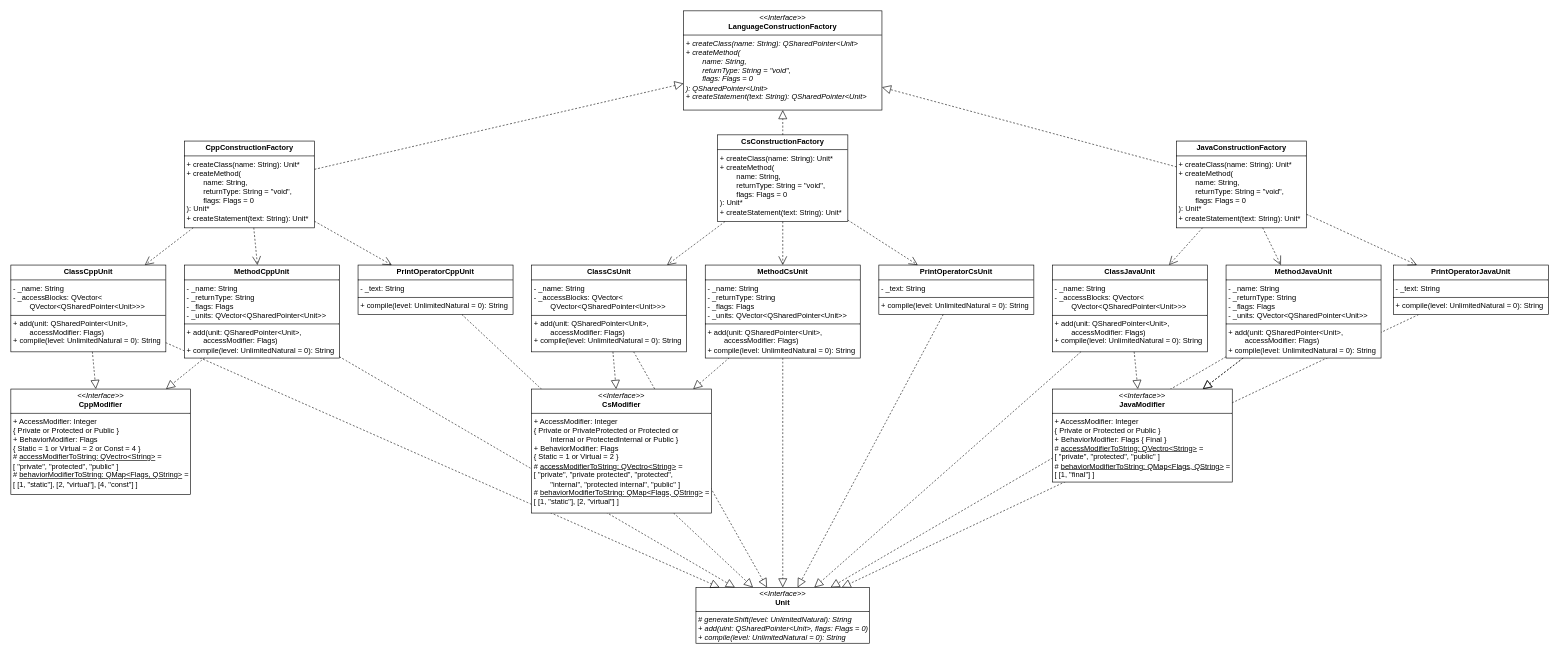
The draw.io diagram ClassGenerator.drawio in Grox42/ClassGenerator, before the edit. Source tidied: cells renumbered, new cells numbered last; positions are measured from the earlier drawing's top-left corner, leaving out a move shared by most shapes. Both pictures are drawn from the tidied source at 62%, with x=0, y=0 at pixel (11, 11).
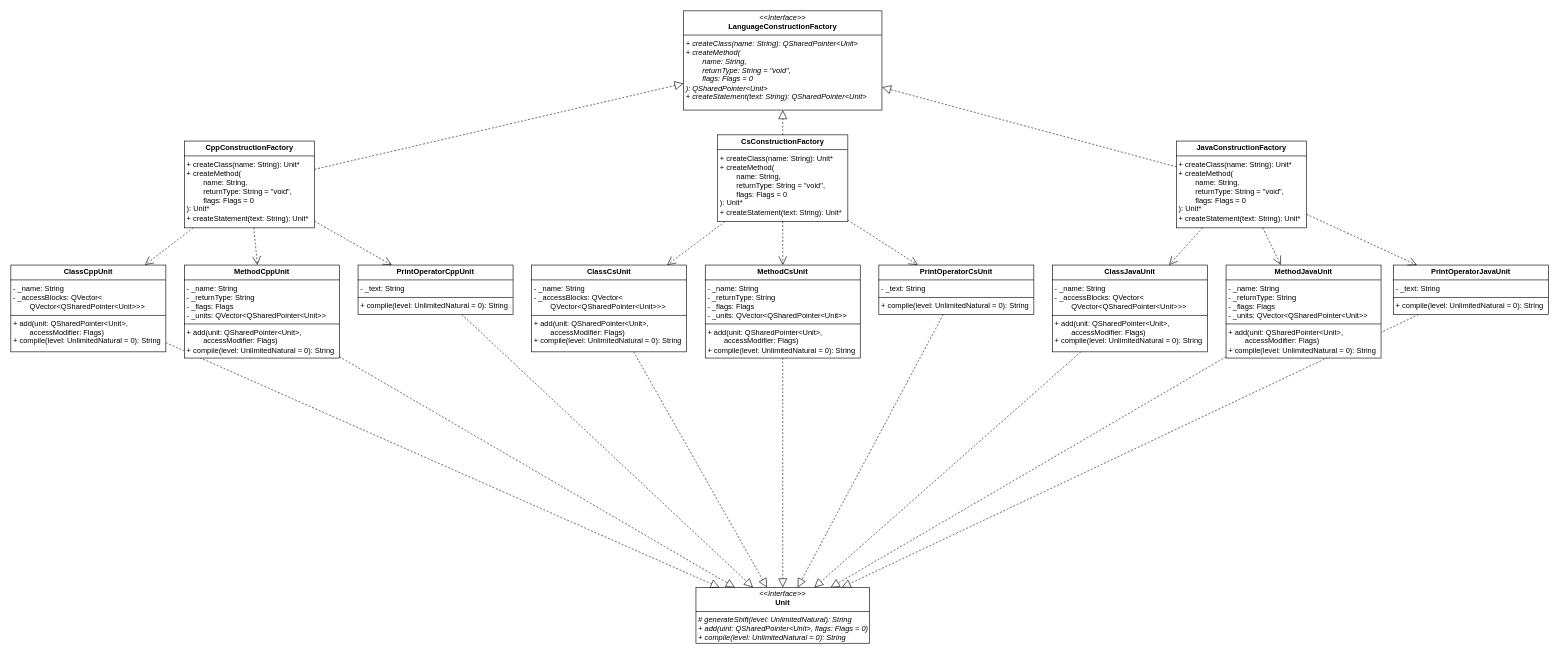
Above is the later version.

The change refers to these unchanged cells:
```xml
<mxCell id="14" value="&lt;p style=&quot;margin:0px;margin-top:4px;text-align:center;&quot;&gt;&lt;b&gt;ClassCppUnit&lt;/b&gt;&lt;br&gt;&lt;/p&gt;&lt;hr size=&quot;1&quot; style=&quot;border-style:solid;&quot;&gt;&lt;p style=&quot;margin:0px;margin-left:4px;&quot;&gt;- _name: String&lt;/p&gt;&lt;p style=&quot;margin:0px;margin-left:4px;&quot;&gt;-&amp;nbsp;_accessBlocks:&amp;nbsp;QVector&amp;lt;&lt;/p&gt;&lt;p style=&quot;margin:0px;margin-left:4px;&quot;&gt;&lt;span style=&quot;white-space: pre;&quot;&gt;&#9;&lt;/span&gt;QVector&amp;lt;&lt;span style=&quot;background-color: initial;&quot;&gt;QSharedPointer&amp;lt;Unit&amp;gt;&lt;/span&gt;&lt;span style=&quot;background-color: initial;&quot;&gt;&amp;gt;&lt;/span&gt;&lt;span style=&quot;background-color: initial;&quot;&gt;&amp;gt;&lt;/span&gt;&lt;/p&gt;&lt;hr size=&quot;1&quot; style=&quot;border-style:solid;&quot;&gt;&lt;p style=&quot;margin:0px;margin-left:4px;&quot;&gt;+ add(unit: QSharedPointer&amp;lt;Unit&amp;gt;,&lt;/p&gt;&lt;p style=&quot;margin:0px;margin-left:4px;&quot;&gt;&lt;span style=&quot;white-space: pre;&quot;&gt;&#9;&lt;/span&gt;accessModifier:&amp;nbsp;&lt;span style=&quot;background-color: initial;&quot;&gt;Flags&lt;/span&gt;&lt;span style=&quot;background-color: initial;&quot;&gt;)&lt;/span&gt;&lt;/p&gt;&lt;p style=&quot;margin:0px;margin-left:4px;&quot;&gt;&lt;span style=&quot;background-color: initial;&quot;&gt;+&amp;nbsp;&lt;/span&gt;&lt;span style=&quot;background-color: initial;&quot;&gt;compile(&lt;/span&gt;&lt;span style=&quot;background-color: initial;&quot;&gt;level: UnlimitedNatural = 0&lt;/span&gt;&lt;span style=&quot;background-color: initial;&quot;&gt;): String&lt;/span&gt;&lt;/p&gt;" style="verticalAlign=top;align=left;overflow=fill;html=1;whiteSpace=wrap;" parent="1" vertex="1">
  <mxGeometry y="410" width="250" height="140" as="geometry" />
</mxCell>
<mxCell id="18" value="&lt;p style=&quot;margin:0px;margin-top:4px;text-align:center;&quot;&gt;&lt;b&gt;MethodCppUnit&lt;/b&gt;&lt;br&gt;&lt;/p&gt;&lt;hr size=&quot;1&quot; style=&quot;border-style:solid;&quot;&gt;&lt;p style=&quot;margin:0px;margin-left:4px;&quot;&gt;- _name: String&lt;/p&gt;&lt;p style=&quot;margin:0px;margin-left:4px;&quot;&gt;-&amp;nbsp;_returnType: String&lt;/p&gt;&lt;p style=&quot;margin:0px;margin-left:4px;&quot;&gt;-&amp;nbsp;_flags: Flags&lt;/p&gt;&lt;p style=&quot;margin:0px;margin-left:4px;&quot;&gt;-&amp;nbsp;_units:&amp;nbsp;QVector&amp;lt;QSharedPointer&amp;lt;Unit&amp;gt;&amp;gt;&lt;/p&gt;&lt;hr size=&quot;1&quot; style=&quot;border-style:solid;&quot;&gt;&lt;p style=&quot;margin: 0px 0px 0px 4px;&quot;&gt;+ add(unit: QSharedPointer&amp;lt;Unit&amp;gt;,&lt;/p&gt;&lt;p style=&quot;margin: 0px 0px 0px 4px;&quot;&gt;&lt;span style=&quot;white-space: pre;&quot;&gt;&#9;&lt;/span&gt;accessModifier:&amp;nbsp;&lt;span style=&quot;background-color: initial;&quot;&gt;Flags&lt;/span&gt;&lt;span style=&quot;background-color: initial;&quot;&gt;)&lt;/span&gt;&lt;/p&gt;&lt;p style=&quot;margin: 0px 0px 0px 4px;&quot;&gt;&lt;span style=&quot;background-color: initial;&quot;&gt;+&amp;nbsp;&lt;/span&gt;&lt;span style=&quot;background-color: initial;&quot;&gt;compile(&lt;/span&gt;&lt;span style=&quot;background-color: initial;&quot;&gt;level: UnlimitedNatural = 0&lt;/span&gt;&lt;span style=&quot;background-color: initial;&quot;&gt;): String&lt;/span&gt;&lt;/p&gt;" style="verticalAlign=top;align=left;overflow=fill;html=1;whiteSpace=wrap;" parent="1" vertex="1">
  <mxGeometry x="280" y="410" width="250" height="150" as="geometry" />
</mxCell>
<mxCell id="26" value="&lt;p style=&quot;margin:0px;margin-top:4px;text-align:center;&quot;&gt;&lt;b&gt;ClassCsUnit&lt;/b&gt;&lt;br&gt;&lt;/p&gt;&lt;hr size=&quot;1&quot; style=&quot;border-style:solid;&quot;&gt;&lt;p style=&quot;margin: 0px 0px 0px 4px;&quot;&gt;- _name: String&lt;/p&gt;&lt;p style=&quot;margin: 0px 0px 0px 4px;&quot;&gt;-&amp;nbsp;_accessBlocks:&amp;nbsp;QVector&amp;lt;&lt;/p&gt;&lt;p style=&quot;margin: 0px 0px 0px 4px;&quot;&gt;&lt;span style=&quot;white-space: pre;&quot;&gt;&#9;&lt;/span&gt;QVector&amp;lt;&lt;span style=&quot;background-color: initial;&quot;&gt;QSharedPointer&amp;lt;Unit&amp;gt;&lt;/span&gt;&lt;span style=&quot;background-color: initial;&quot;&gt;&amp;gt;&lt;/span&gt;&lt;span style=&quot;background-color: initial;&quot;&gt;&amp;gt;&lt;/span&gt;&lt;/p&gt;&lt;hr style=&quot;border-style: solid;&quot; size=&quot;1&quot;&gt;&lt;p style=&quot;margin: 0px 0px 0px 4px;&quot;&gt;+ add(unit: QSharedPointer&amp;lt;Unit&amp;gt;,&lt;/p&gt;&lt;p style=&quot;margin: 0px 0px 0px 4px;&quot;&gt;&lt;span style=&quot;white-space: pre;&quot;&gt;&#9;&lt;/span&gt;accessModifier:&amp;nbsp;&lt;span style=&quot;background-color: initial;&quot;&gt;Flags&lt;/span&gt;&lt;span style=&quot;background-color: initial;&quot;&gt;)&lt;/span&gt;&lt;/p&gt;&lt;p style=&quot;margin: 0px 0px 0px 4px;&quot;&gt;&lt;span style=&quot;background-color: initial;&quot;&gt;+&amp;nbsp;&lt;/span&gt;&lt;span style=&quot;background-color: initial;&quot;&gt;compile(&lt;/span&gt;&lt;span style=&quot;background-color: initial;&quot;&gt;level: UnlimitedNatural = 0&lt;/span&gt;&lt;span style=&quot;background-color: initial;&quot;&gt;): String&lt;/span&gt;&lt;/p&gt;" style="verticalAlign=top;align=left;overflow=fill;html=1;whiteSpace=wrap;" parent="1" vertex="1">
  <mxGeometry x="840" y="410" width="250" height="140" as="geometry" />
</mxCell>
<mxCell id="28" value="&lt;p style=&quot;margin:0px;margin-top:4px;text-align:center;&quot;&gt;&lt;b&gt;MethodCsUnit&lt;/b&gt;&lt;br&gt;&lt;/p&gt;&lt;hr size=&quot;1&quot; style=&quot;border-style:solid;&quot;&gt;&lt;p style=&quot;margin:0px;margin-left:4px;&quot;&gt;- _name: String&lt;/p&gt;&lt;p style=&quot;margin:0px;margin-left:4px;&quot;&gt;-&amp;nbsp;_returnType: String&lt;/p&gt;&lt;p style=&quot;margin:0px;margin-left:4px;&quot;&gt;-&amp;nbsp;_flags: Flags&lt;/p&gt;&lt;p style=&quot;margin:0px;margin-left:4px;&quot;&gt;-&amp;nbsp;_units:&amp;nbsp;QVector&amp;lt;QSharedPointer&amp;lt;Unit&amp;gt;&amp;gt;&lt;/p&gt;&lt;hr size=&quot;1&quot; style=&quot;border-style:solid;&quot;&gt;&lt;p style=&quot;margin: 0px 0px 0px 4px;&quot;&gt;+ add(unit: QSharedPointer&amp;lt;Unit&amp;gt;,&lt;/p&gt;&lt;p style=&quot;margin: 0px 0px 0px 4px;&quot;&gt;&lt;span style=&quot;white-space: pre;&quot;&gt;&#9;&lt;/span&gt;accessModifier:&amp;nbsp;&lt;span style=&quot;background-color: initial;&quot;&gt;Flags&lt;/span&gt;&lt;span style=&quot;background-color: initial;&quot;&gt;)&lt;/span&gt;&lt;/p&gt;&lt;p style=&quot;margin: 0px 0px 0px 4px;&quot;&gt;&lt;span style=&quot;background-color: initial;&quot;&gt;+&amp;nbsp;&lt;/span&gt;&lt;span style=&quot;background-color: initial;&quot;&gt;compile(&lt;/span&gt;&lt;span style=&quot;background-color: initial;&quot;&gt;level: UnlimitedNatural = 0&lt;/span&gt;&lt;span style=&quot;background-color: initial;&quot;&gt;): String&lt;/span&gt;&lt;/p&gt;" style="verticalAlign=top;align=left;overflow=fill;html=1;whiteSpace=wrap;" parent="1" vertex="1">
  <mxGeometry x="1120" y="410" width="250" height="150" as="geometry" />
</mxCell>
<mxCell id="35" value="&lt;p style=&quot;margin:0px;margin-top:4px;text-align:center;&quot;&gt;&lt;b&gt;ClassJavaUnit&lt;/b&gt;&lt;br&gt;&lt;/p&gt;&lt;hr size=&quot;1&quot; style=&quot;border-style:solid;&quot;&gt;&lt;p style=&quot;margin: 0px 0px 0px 4px;&quot;&gt;- _name: String&lt;/p&gt;&lt;p style=&quot;margin: 0px 0px 0px 4px;&quot;&gt;-&amp;nbsp;_accessBlocks:&amp;nbsp;QVector&amp;lt;&lt;/p&gt;&lt;p style=&quot;margin: 0px 0px 0px 4px;&quot;&gt;&lt;span style=&quot;white-space: pre;&quot;&gt;&#9;&lt;/span&gt;QVector&amp;lt;&lt;span style=&quot;background-color: initial;&quot;&gt;QSharedPointer&amp;lt;Unit&amp;gt;&lt;/span&gt;&lt;span style=&quot;background-color: initial;&quot;&gt;&amp;gt;&lt;/span&gt;&lt;span style=&quot;background-color: initial;&quot;&gt;&amp;gt;&lt;/span&gt;&lt;/p&gt;&lt;hr style=&quot;border-style: solid;&quot; size=&quot;1&quot;&gt;&lt;p style=&quot;margin: 0px 0px 0px 4px;&quot;&gt;+ add(unit: QSharedPointer&amp;lt;Unit&amp;gt;,&lt;/p&gt;&lt;p style=&quot;margin: 0px 0px 0px 4px;&quot;&gt;&lt;span style=&quot;white-space: pre;&quot;&gt;&#9;&lt;/span&gt;accessModifier:&amp;nbsp;&lt;span style=&quot;background-color: initial;&quot;&gt;Flags&lt;/span&gt;&lt;span style=&quot;background-color: initial;&quot;&gt;)&lt;/span&gt;&lt;/p&gt;&lt;p style=&quot;margin: 0px 0px 0px 4px;&quot;&gt;&lt;span style=&quot;background-color: initial;&quot;&gt;+&amp;nbsp;&lt;/span&gt;&lt;span style=&quot;background-color: initial;&quot;&gt;compile(&lt;/span&gt;&lt;span style=&quot;background-color: initial;&quot;&gt;level: UnlimitedNatural = 0&lt;/span&gt;&lt;span style=&quot;background-color: initial;&quot;&gt;): String&lt;/span&gt;&lt;/p&gt;" style="verticalAlign=top;align=left;overflow=fill;html=1;whiteSpace=wrap;" parent="1" vertex="1">
  <mxGeometry x="1680" y="410" width="250" height="140" as="geometry" />
</mxCell>
<mxCell id="36" value="&lt;p style=&quot;margin:0px;margin-top:4px;text-align:center;&quot;&gt;&lt;b&gt;MethodJavaUnit&lt;/b&gt;&lt;br&gt;&lt;/p&gt;&lt;hr size=&quot;1&quot; style=&quot;border-style:solid;&quot;&gt;&lt;p style=&quot;margin:0px;margin-left:4px;&quot;&gt;- _name: String&lt;/p&gt;&lt;p style=&quot;margin:0px;margin-left:4px;&quot;&gt;-&amp;nbsp;_returnType: String&lt;/p&gt;&lt;p style=&quot;margin:0px;margin-left:4px;&quot;&gt;-&amp;nbsp;_flags: Flags&lt;/p&gt;&lt;p style=&quot;margin:0px;margin-left:4px;&quot;&gt;-&amp;nbsp;_units:&amp;nbsp;QVector&amp;lt;QSharedPointer&amp;lt;Unit&amp;gt;&amp;gt;&lt;/p&gt;&lt;hr size=&quot;1&quot; style=&quot;border-style:solid;&quot;&gt;&lt;p style=&quot;margin: 0px 0px 0px 4px;&quot;&gt;+ add(unit: QSharedPointer&amp;lt;Unit&amp;gt;,&lt;/p&gt;&lt;p style=&quot;margin: 0px 0px 0px 4px;&quot;&gt;&lt;span style=&quot;white-space: pre;&quot;&gt;&#9;&lt;/span&gt;accessModifier:&amp;nbsp;&lt;span style=&quot;background-color: initial;&quot;&gt;Flags&lt;/span&gt;&lt;span style=&quot;background-color: initial;&quot;&gt;)&lt;/span&gt;&lt;/p&gt;&lt;p style=&quot;margin: 0px 0px 0px 4px;&quot;&gt;&lt;span style=&quot;background-color: initial;&quot;&gt;+&amp;nbsp;&lt;/span&gt;&lt;span style=&quot;background-color: initial;&quot;&gt;compile(&lt;/span&gt;&lt;span style=&quot;background-color: initial;&quot;&gt;level: UnlimitedNatural = 0&lt;/span&gt;&lt;span style=&quot;background-color: initial;&quot;&gt;): String&lt;/span&gt;&lt;/p&gt;" style="verticalAlign=top;align=left;overflow=fill;html=1;whiteSpace=wrap;" parent="1" vertex="1">
  <mxGeometry x="1960" y="410" width="250" height="150" as="geometry" />
</mxCell>
```

Change to the diagram source:
```diff
@@
-    <mxCell id="13" value="&lt;p style=&quot;margin:0px;margin-top:4px;text-align:center;&quot;&gt;&lt;i&gt;&amp;lt;&amp;lt;Interface&amp;gt;&amp;gt;&lt;/i&gt;&lt;br&gt;&lt;b&gt;CppModifier&lt;/b&gt;&lt;br&gt;&lt;/p&gt;&lt;hr size=&quot;1&quot; style=&quot;border-style:solid;&quot;&gt;&lt;p style=&quot;margin:0px;margin-left:4px;&quot;&gt;+ AccessModifier: Integer&lt;/p&gt;&lt;p style=&quot;margin:0px;margin-left:4px;&quot;&gt;&lt;span style=&quot;background-color: initial;&quot;&gt;{&amp;nbsp;Private or Protected or Public }&lt;/span&gt;&lt;/p&gt;&lt;p style=&quot;margin:0px;margin-left:4px;&quot;&gt;+ BehaviorModifier: Flags&lt;/p&gt;&lt;p style=&quot;margin:0px;margin-left:4px;&quot;&gt;{&amp;nbsp;&lt;span style=&quot;background-color: initial;&quot;&gt;Static = 1 or&amp;nbsp;&lt;/span&gt;&lt;span style=&quot;background-color: initial;&quot;&gt;Virtual = 2 or&amp;nbsp;&lt;/span&gt;&lt;span style=&quot;background-color: initial;&quot;&gt;Const = 4&amp;nbsp;&lt;/span&gt;&lt;span style=&quot;background-color: initial;&quot;&gt;}&lt;/span&gt;&lt;/p&gt;&lt;p style=&quot;margin:0px;margin-left:4px;&quot;&gt;#&amp;nbsp;&lt;u&gt;accessModifierToString: QVectro&amp;lt;String&amp;gt;&lt;/u&gt;&amp;nbsp;&lt;span style=&quot;background-color: initial;&quot;&gt;=&lt;/span&gt;&lt;/p&gt;&lt;p style=&quot;margin:0px;margin-left:4px;&quot;&gt;&lt;span style=&quot;background-color: initial;&quot;&gt;[ &quot;private&quot;, &quot;protected&quot;, &quot;public&quot;&amp;nbsp;]&lt;/span&gt;&lt;/p&gt;&lt;p style=&quot;margin:0px;margin-left:4px;&quot;&gt;&lt;span style=&quot;background-color: initial;&quot;&gt;#&amp;nbsp;&lt;/span&gt;&lt;span style=&quot;background-color: initial;&quot;&gt;&lt;u&gt;behaviorModifierToString:&amp;nbsp;&lt;/u&gt;&lt;/span&gt;&lt;span style=&quot;background-color: initial;&quot;&gt;&lt;u&gt;QMap&amp;lt;Flags, QString&amp;gt;&lt;/u&gt; =&lt;/span&gt;&lt;/p&gt;&lt;p style=&quot;margin:0px;margin-left:4px;&quot;&gt;[ [1, &quot;static&quot;], [2, &quot;virtual&quot;], [4, &quot;const&quot;] ]&lt;/p&gt;" style="verticalAlign=top;align=left;overflow=fill;html=1;whiteSpace=wrap;" parent="1" vertex="1">
-      <mxGeometry y="610" width="290" height="170" as="geometry" />
-    </mxCell>
@@
-    <mxCell id="16" style="endArrow=block;dashed=1;endFill=0;endSize=12;html=1;rounded=0;fontSize=12;curved=1;" parent="1" edge="1" source="14" target="13">
-      <mxGeometry relative="1" as="geometry" />
-    </mxCell>
@@
-    <mxCell id="19" style="endArrow=block;dashed=1;endFill=0;endSize=12;html=1;rounded=0;fontSize=12;curved=1;" parent="1" edge="1" source="18" target="13">
-      <mxGeometry relative="1" as="geometry" />
-    </mxCell>
@@
-    <mxCell id="25" value="&lt;p style=&quot;margin:0px;margin-top:4px;text-align:center;&quot;&gt;&lt;i&gt;&amp;lt;&amp;lt;Interface&amp;gt;&amp;gt;&lt;/i&gt;&lt;br&gt;&lt;b&gt;CsModifier&lt;/b&gt;&lt;br&gt;&lt;/p&gt;&lt;hr size=&quot;1&quot; style=&quot;border-style:solid;&quot;&gt;&lt;p style=&quot;margin:0px;margin-left:4px;&quot;&gt;+ AccessModifier: Integer&lt;/p&gt;&lt;p style=&quot;margin:0px;margin-left:4px;&quot;&gt;&lt;span style=&quot;background-color: initial;&quot;&gt;{&amp;nbsp;Private or&amp;nbsp;&lt;/span&gt;&lt;span style=&quot;background-color: initial;&quot;&gt;PrivateProtected or&lt;/span&gt;&lt;span style=&quot;background-color: initial;&quot;&gt;&amp;nbsp;Protected&amp;nbsp;&lt;/span&gt;&lt;span style=&quot;background-color: initial;&quot;&gt;or&lt;/span&gt;&lt;/p&gt;&lt;p style=&quot;margin:0px;margin-left:4px;&quot;&gt;&lt;span style=&quot;background-color: initial;&quot;&gt;&lt;span style=&quot;white-space: pre;&quot;&gt;&#9;&lt;/span&gt;Internal or&amp;nbsp;&lt;/span&gt;&lt;span style=&quot;background-color: initial;&quot;&gt;ProtectedInternal or&lt;/span&gt;&lt;span style=&quot;background-color: initial;&quot;&gt;&amp;nbsp;Public }&lt;/span&gt;&lt;/p&gt;&lt;p style=&quot;margin:0px;margin-left:4px;&quot;&gt;+ BehaviorModifier: Flags&lt;/p&gt;&lt;p style=&quot;margin:0px;margin-left:4px;&quot;&gt;{&amp;nbsp;&lt;span style=&quot;background-color: initial;&quot;&gt;Static = 1 or&amp;nbsp;&lt;/span&gt;&lt;span style=&quot;background-color: initial;&quot;&gt;Virtual = 2&lt;/span&gt;&lt;span style=&quot;background-color: initial;&quot;&gt;&amp;nbsp;&lt;/span&gt;&lt;span style=&quot;background-color: initial;&quot;&gt;}&lt;/span&gt;&lt;/p&gt;&lt;p style=&quot;margin:0px;margin-left:4px;&quot;&gt;#&amp;nbsp;&lt;u&gt;accessModifierToString: QVectro&amp;lt;String&amp;gt;&lt;/u&gt;&amp;nbsp;&lt;span style=&quot;background-color: initial;&quot;&gt;=&lt;/span&gt;&lt;/p&gt;&lt;p style=&quot;margin:0px;margin-left:4px;&quot;&gt;&lt;span style=&quot;background-color: initial;&quot;&gt;[&amp;nbsp;&lt;/span&gt;&lt;span style=&quot;background-color: initial;&quot;&gt;&quot;private&quot;, &quot;private protected&quot;, &quot;protected&quot;,&lt;/span&gt;&lt;/p&gt;&lt;p style=&quot;margin:0px;margin-left:4px;&quot;&gt;&lt;span style=&quot;background-color: initial;&quot;&gt;&amp;nbsp; &amp;nbsp; &amp;nbsp; &amp;nbsp; &quot;internal&quot;, &quot;protected internal&quot;, &quot;public&quot;&lt;/span&gt;&lt;span style=&quot;background-color: initial;&quot;&gt;&amp;nbsp;]&lt;/span&gt;&lt;/p&gt;&lt;p style=&quot;margin:0px;margin-left:4px;&quot;&gt;&lt;span style=&quot;background-color: initial;&quot;&gt;#&amp;nbsp;&lt;/span&gt;&lt;span style=&quot;background-color: initial;&quot;&gt;&lt;u&gt;behaviorModifierToString:&amp;nbsp;&lt;/u&gt;&lt;/span&gt;&lt;span style=&quot;background-color: initial;&quot;&gt;&lt;u&gt;QMap&amp;lt;Flags, QString&amp;gt;&lt;/u&gt; =&lt;/span&gt;&lt;/p&gt;&lt;p style=&quot;margin:0px;margin-left:4px;&quot;&gt;[ [1, &quot;static&quot;], [2, &quot;virtual&quot;] ]&lt;/p&gt;" style="verticalAlign=top;align=left;overflow=fill;html=1;whiteSpace=wrap;" parent="1" vertex="1">
-      <mxGeometry x="840" y="610" width="290" height="200" as="geometry" />
-    </mxCell>
@@
-    <mxCell id="27" style="endArrow=block;dashed=1;endFill=0;endSize=12;html=1;rounded=0;fontSize=12;curved=1;" parent="1" edge="1" source="26" target="25">
-      <mxGeometry relative="1" as="geometry" />
-    </mxCell>
@@
-    <mxCell id="30" style="endArrow=block;dashed=1;endFill=0;endSize=12;html=1;rounded=0;fontSize=12;curved=1;" parent="1" edge="1" source="28" target="25">
-      <mxGeometry relative="1" as="geometry" />
-    </mxCell>
@@
-    <mxCell id="43" style="endArrow=block;dashed=1;endFill=0;endSize=12;html=1;rounded=0;fontSize=12;curved=1;" parent="1" edge="1" source="35" target="46">
-      <mxGeometry relative="1" as="geometry" />
-    </mxCell>
-    <mxCell id="44" style="endArrow=block;dashed=1;endFill=0;endSize=12;html=1;rounded=0;fontSize=12;curved=1;" parent="1" edge="1" source="36" target="46">
-      <mxGeometry relative="1" as="geometry" />
-    </mxCell>
-    <mxCell id="45" style="endArrow=block;dashed=1;endFill=0;endSize=12;html=1;rounded=0;fontSize=12;curved=1;" parent="1" edge="1" source="36" target="46">
-      <mxGeometry relative="1" as="geometry" />
-    </mxCell>
-    <mxCell id="46" value="&lt;p style=&quot;margin:0px;margin-top:4px;text-align:center;&quot;&gt;&lt;i&gt;&amp;lt;&amp;lt;Interface&amp;gt;&amp;gt;&lt;/i&gt;&lt;br&gt;&lt;b&gt;JavaModifier&lt;/b&gt;&lt;br&gt;&lt;/p&gt;&lt;hr size=&quot;1&quot; style=&quot;border-style:solid;&quot;&gt;&lt;p style=&quot;margin:0px;margin-left:4px;&quot;&gt;+ AccessModifier: Integer&lt;/p&gt;&lt;p style=&quot;margin:0px;margin-left:4px;&quot;&gt;&lt;span style=&quot;background-color: initial;&quot;&gt;{&amp;nbsp;Private or&lt;/span&gt;&lt;span style=&quot;background-color: initial;&quot;&gt;&amp;nbsp;Protected&lt;/span&gt;&lt;span style=&quot;background-color: initial;&quot;&gt;&amp;nbsp;or&lt;/span&gt;&lt;span style=&quot;background-color: initial;&quot;&gt;&amp;nbsp;Public }&lt;/span&gt;&lt;/p&gt;&lt;p style=&quot;margin:0px;margin-left:4px;&quot;&gt;+ BehaviorModifier: Flags&amp;nbsp;&lt;span style=&quot;background-color: initial;&quot;&gt;{&amp;nbsp;&lt;/span&gt;&lt;span style=&quot;background-color: initial;&quot;&gt;Final&lt;/span&gt;&lt;span style=&quot;background-color: initial;&quot;&gt;&amp;nbsp;&lt;/span&gt;&lt;span style=&quot;background-color: initial;&quot;&gt;}&lt;/span&gt;&lt;/p&gt;&lt;p style=&quot;margin:0px;margin-left:4px;&quot;&gt;#&amp;nbsp;&lt;u&gt;accessModifierToString: QVectro&amp;lt;String&amp;gt;&lt;/u&gt;&amp;nbsp;&lt;span style=&quot;background-color: initial;&quot;&gt;=&lt;/span&gt;&lt;/p&gt;&lt;p style=&quot;margin:0px;margin-left:4px;&quot;&gt;&lt;span style=&quot;background-color: initial;&quot;&gt;[&amp;nbsp;&lt;/span&gt;&lt;span style=&quot;background-color: initial;&quot;&gt;&quot;private&quot;, &quot;protected&quot;,&lt;/span&gt;&lt;span style=&quot;background-color: initial;&quot;&gt;&amp;nbsp;&quot;public&quot;&lt;/span&gt;&lt;span style=&quot;background-color: initial;&quot;&gt;&amp;nbsp;]&lt;/span&gt;&lt;/p&gt;&lt;p style=&quot;margin:0px;margin-left:4px;&quot;&gt;&lt;span style=&quot;background-color: initial;&quot;&gt;#&amp;nbsp;&lt;/span&gt;&lt;span style=&quot;background-color: initial;&quot;&gt;&lt;u&gt;behaviorModifierToString:&amp;nbsp;&lt;/u&gt;&lt;/span&gt;&lt;span style=&quot;background-color: initial;&quot;&gt;&lt;u&gt;QMap&amp;lt;Flags, QString&amp;gt;&lt;/u&gt; =&lt;/span&gt;&lt;/p&gt;&lt;p style=&quot;margin:0px;margin-left:4px;&quot;&gt;[ [1, &quot;final&quot;] ]&lt;/p&gt;" style="verticalAlign=top;align=left;overflow=fill;html=1;whiteSpace=wrap;" parent="1" vertex="1">
-      <mxGeometry x="1680" y="610" width="290" height="150" as="geometry" />
-    </mxCell>
```
